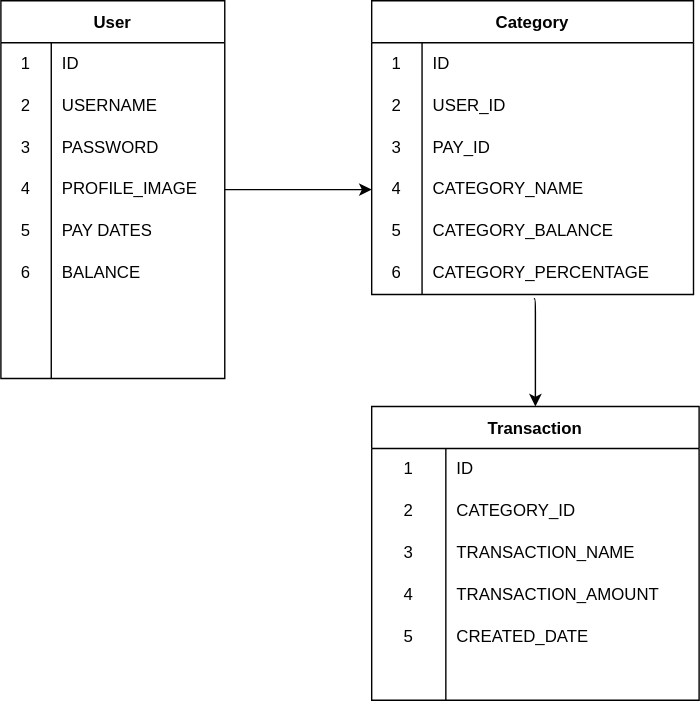
The draw.io diagram db_layout.drawio.svg in ChristensenJoe/budgetly-backend, before a commit. Source tidied: cells renumbered, new cells last; positions are measured from the earlier drawing's top-left corner, leaving out a move shared by most shapes.
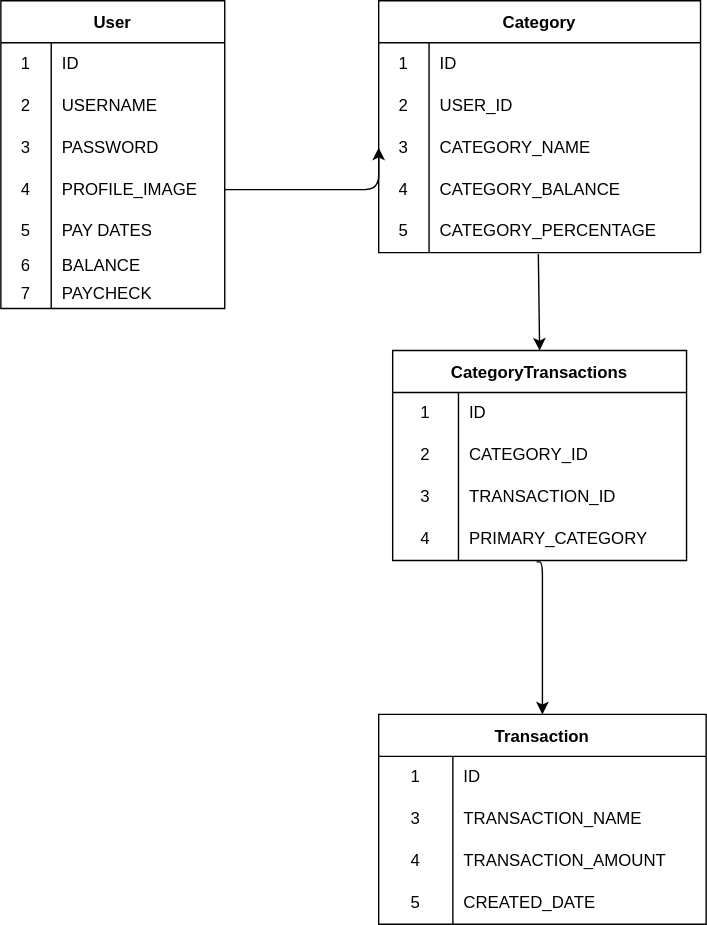
The same file after the commit.

What changed in the source:
```diff
@@ -3,7 +3,7 @@
     <mxCell id="0" />
     <mxCell id="1" parent="0" />
     <mxCell id="2" value="User" style="shape=table;startSize=30;rowLines=0;fontStyle=1;align=center;" parent="1" vertex="1">
-      <mxGeometry width="160" height="270" as="geometry" />
+      <mxGeometry x="-215" y="-130" width="160" height="220" as="geometry" />
     </mxCell>
     <mxCell id="3" style="shape=partialRectangle;html=1;whiteSpace=wrap;fillColor=none;top=0;left=0;bottom=1;right=0;strokeColor=none;" parent="2" vertex="1">
       <mxGeometry y="30" width="160" height="30" as="geometry" />
@@ -51,34 +51,25 @@
       <mxGeometry x="36" width="124" height="30" as="geometry" />
     </mxCell>
     <mxCell id="18" style="shape=partialRectangle;html=1;whiteSpace=wrap;fillColor=none;top=0;left=0;bottom=0;right=0;" parent="2" vertex="1">
-      <mxGeometry y="180" width="160" height="30" as="geometry" />
+      <mxGeometry y="180" width="160" height="20" as="geometry" />
     </mxCell>
     <mxCell id="19" value="6" style="shape=partialRectangle;html=1;whiteSpace=wrap;fillColor=none;top=0;left=0;bottom=0;right=0;overflow=hidden;" parent="18" vertex="1">
-      <mxGeometry width="36" height="30" as="geometry" />
+      <mxGeometry width="36" height="20" as="geometry" />
     </mxCell>
     <mxCell id="20" value="BALANCE" style="shape=partialRectangle;html=1;whiteSpace=wrap;fillColor=none;top=0;left=0;bottom=0;right=0;align=left;spacingLeft=6;overflow=hidden;" parent="18" vertex="1">
-      <mxGeometry x="36" width="124" height="30" as="geometry" />
+      <mxGeometry x="36" width="124" height="20" as="geometry" />
     </mxCell>
-    <mxCell id="21" style="shape=partialRectangle;html=1;whiteSpace=wrap;fillColor=none;top=0;left=0;bottom=0;right=0;" parent="2" vertex="1">
-      <mxGeometry y="210" width="160" height="30" as="geometry" />
-    </mxCell>
-    <mxCell id="22" style="shape=partialRectangle;html=1;whiteSpace=wrap;fillColor=none;top=0;left=0;bottom=0;right=0;overflow=hidden;" parent="21" vertex="1">
-      <mxGeometry width="36" height="30" as="geometry" />
-    </mxCell>
-    <mxCell id="23" style="shape=partialRectangle;html=1;whiteSpace=wrap;fillColor=none;top=0;left=0;bottom=0;right=0;align=left;spacingLeft=6;overflow=hidden;" parent="21" vertex="1">
-      <mxGeometry x="36" width="124" height="30" as="geometry" />
-    </mxCell>
-    <mxCell id="24" style="shape=partialRectangle;html=1;whiteSpace=wrap;fillColor=none;top=0;left=0;bottom=0;right=0;" parent="2" vertex="1">
-      <mxGeometry y="240" width="160" height="30" as="geometry" />
-    </mxCell>
-    <mxCell id="25" style="shape=partialRectangle;html=1;whiteSpace=wrap;fillColor=none;top=0;left=0;bottom=0;right=0;overflow=hidden;" parent="24" vertex="1">
-      <mxGeometry width="36" height="30" as="geometry" />
-    </mxCell>
-    <mxCell id="26" style="shape=partialRectangle;html=1;whiteSpace=wrap;fillColor=none;top=0;left=0;bottom=0;right=0;align=left;spacingLeft=6;overflow=hidden;" parent="24" vertex="1">
-      <mxGeometry x="36" width="124" height="30" as="geometry" />
-    </mxCell>
+    <mxCell id="67" style="shape=partialRectangle;html=1;whiteSpace=wrap;fillColor=none;top=0;left=0;bottom=0;right=0;" parent="2" vertex="1">
+      <mxGeometry y="200" width="160" height="20" as="geometry" />
+    </mxCell>
+    <mxCell id="68" value="7" style="shape=partialRectangle;html=1;whiteSpace=wrap;fillColor=none;top=0;left=0;bottom=0;right=0;overflow=hidden;" parent="67" vertex="1">
+      <mxGeometry width="36" height="20" as="geometry" />
+    </mxCell>
+    <mxCell id="69" value="PAYCHECK" style="shape=partialRectangle;html=1;whiteSpace=wrap;fillColor=none;top=0;left=0;bottom=0;right=0;align=left;spacingLeft=6;overflow=hidden;" parent="67" vertex="1">
+      <mxGeometry x="36" width="124" height="20" as="geometry" />
+    </mxCell>
     <mxCell id="27" value="Category" style="shape=table;startSize=30;rowLines=0;fontStyle=1;align=center;" parent="1" vertex="1">
-      <mxGeometry x="265" width="230" height="210" as="geometry" />
+      <mxGeometry x="55" y="-130" width="230" height="180" as="geometry" />
     </mxCell>
     <mxCell id="28" style="shape=partialRectangle;html=1;whiteSpace=wrap;fillColor=none;top=0;left=0;bottom=1;right=0;strokeColor=none;" parent="27" vertex="1">
       <mxGeometry y="30" width="230" height="30" as="geometry" />
@@ -98,44 +89,35 @@
     <mxCell id="33" value="USER_ID" style="shape=partialRectangle;html=1;whiteSpace=wrap;fillColor=none;top=0;left=0;bottom=0;right=0;align=left;spacingLeft=6;overflow=hidden;" parent="31" vertex="1">
       <mxGeometry x="36" width="194" height="30" as="geometry" />
     </mxCell>
-    <mxCell id="34" style="shape=partialRectangle;html=1;whiteSpace=wrap;fillColor=none;top=0;left=0;bottom=0;right=0;" parent="27" vertex="1">
-      <mxGeometry y="90" width="230" height="30" as="geometry" />
-    </mxCell>
-    <mxCell id="35" value="3" style="shape=partialRectangle;html=1;whiteSpace=wrap;fillColor=none;top=0;left=0;bottom=0;right=0;overflow=hidden;" parent="34" vertex="1">
-      <mxGeometry width="36" height="30" as="geometry" />
-    </mxCell>
-    <mxCell id="36" value="PAY_ID" style="shape=partialRectangle;html=1;whiteSpace=wrap;fillColor=none;top=0;left=0;bottom=0;right=0;align=left;spacingLeft=6;overflow=hidden;" parent="34" vertex="1">
-      <mxGeometry x="36" width="194" height="30" as="geometry" />
-    </mxCell>
     <mxCell id="37" style="shape=partialRectangle;html=1;whiteSpace=wrap;fillColor=none;top=0;left=0;bottom=0;right=0;points=[[0,0.5],[1,0.5]];portConstraint=eastwest;" parent="27" vertex="1">
-      <mxGeometry y="120" width="230" height="30" as="geometry" />
+      <mxGeometry y="90" width="230" height="30" as="geometry" />
     </mxCell>
-    <mxCell id="38" value="4" style="shape=partialRectangle;html=1;whiteSpace=wrap;fillColor=none;top=0;left=0;bottom=0;right=0;overflow=hidden;" parent="37" vertex="1">
+    <mxCell id="38" value="3" style="shape=partialRectangle;html=1;whiteSpace=wrap;fillColor=none;top=0;left=0;bottom=0;right=0;overflow=hidden;" parent="37" vertex="1">
       <mxGeometry width="36" height="30" as="geometry" />
     </mxCell>
     <mxCell id="39" value="CATEGORY_NAME" style="shape=partialRectangle;html=1;whiteSpace=wrap;fillColor=none;top=0;left=0;bottom=0;right=0;align=left;spacingLeft=6;overflow=hidden;" parent="37" vertex="1">
       <mxGeometry x="36" width="194" height="30" as="geometry" />
     </mxCell>
     <mxCell id="40" style="shape=partialRectangle;html=1;whiteSpace=wrap;fillColor=none;top=0;left=0;bottom=0;right=0;" parent="27" vertex="1">
-      <mxGeometry y="150" width="230" height="30" as="geometry" />
+      <mxGeometry y="120" width="230" height="30" as="geometry" />
     </mxCell>
-    <mxCell id="41" value="5" style="shape=partialRectangle;html=1;whiteSpace=wrap;fillColor=none;top=0;left=0;bottom=0;right=0;overflow=hidden;" parent="40" vertex="1">
+    <mxCell id="41" value="4" style="shape=partialRectangle;html=1;whiteSpace=wrap;fillColor=none;top=0;left=0;bottom=0;right=0;overflow=hidden;" parent="40" vertex="1">
       <mxGeometry width="36" height="30" as="geometry" />
     </mxCell>
     <mxCell id="42" value="CATEGORY_BALANCE" style="shape=partialRectangle;html=1;whiteSpace=wrap;fillColor=none;top=0;left=0;bottom=0;right=0;align=left;spacingLeft=6;overflow=hidden;" parent="40" vertex="1">
       <mxGeometry x="36" width="194" height="30" as="geometry" />
     </mxCell>
     <mxCell id="43" style="shape=partialRectangle;html=1;whiteSpace=wrap;fillColor=none;top=0;left=0;bottom=0;right=0;points=[[0,0.5],[1,0.5]];portConstraint=eastwest;" parent="27" vertex="1">
-      <mxGeometry y="180" width="230" height="30" as="geometry" />
+      <mxGeometry y="150" width="230" height="30" as="geometry" />
     </mxCell>
-    <mxCell id="44" value="6" style="shape=partialRectangle;html=1;whiteSpace=wrap;fillColor=none;top=0;left=0;bottom=0;right=0;overflow=hidden;" parent="43" vertex="1">
+    <mxCell id="44" value="5" style="shape=partialRectangle;html=1;whiteSpace=wrap;fillColor=none;top=0;left=0;bottom=0;right=0;overflow=hidden;" parent="43" vertex="1">
       <mxGeometry width="36" height="30" as="geometry" />
     </mxCell>
     <mxCell id="45" value="CATEGORY_PERCENTAGE" style="shape=partialRectangle;html=1;whiteSpace=wrap;fillColor=none;top=0;left=0;bottom=0;right=0;align=left;spacingLeft=6;overflow=hidden;" parent="43" vertex="1">
       <mxGeometry x="36" width="194" height="30" as="geometry" />
     </mxCell>
     <mxCell id="46" value="Transaction" style="shape=table;startSize=30;rowLines=0;fontStyle=1;align=center;" parent="1" vertex="1">
-      <mxGeometry x="265" y="290" width="234" height="210" as="geometry" />
+      <mxGeometry x="55" y="380" width="234" height="150" as="geometry" />
     </mxCell>
     <mxCell id="47" style="shape=partialRectangle;html=1;whiteSpace=wrap;fillColor=none;top=0;left=0;bottom=1;right=0;strokeColor=none;" parent="46" vertex="1">
       <mxGeometry y="30" width="234" height="30" as="geometry" />
@@ -146,17 +128,8 @@
     <mxCell id="49" value="ID" style="shape=partialRectangle;html=1;whiteSpace=wrap;fillColor=none;top=0;left=0;bottom=0;right=0;align=left;spacingLeft=6;overflow=hidden;" parent="47" vertex="1">
       <mxGeometry x="53" width="181" height="30" as="geometry" />
     </mxCell>
-    <mxCell id="50" style="shape=partialRectangle;html=1;whiteSpace=wrap;fillColor=none;top=0;left=0;bottom=0;right=0;" parent="46" vertex="1">
-      <mxGeometry y="60" width="234" height="30" as="geometry" />
-    </mxCell>
-    <mxCell id="51" value="2" style="shape=partialRectangle;html=1;whiteSpace=wrap;fillColor=none;top=0;left=0;bottom=0;right=0;overflow=hidden;" parent="50" vertex="1">
-      <mxGeometry width="53" height="30" as="geometry" />
-    </mxCell>
-    <mxCell id="52" value="CATEGORY_ID" style="shape=partialRectangle;html=1;whiteSpace=wrap;fillColor=none;top=0;left=0;bottom=0;right=0;align=left;spacingLeft=6;overflow=hidden;" parent="50" vertex="1">
-      <mxGeometry x="53" width="181" height="30" as="geometry" />
-    </mxCell>
     <mxCell id="53" style="shape=partialRectangle;html=1;whiteSpace=wrap;fillColor=none;top=0;left=0;bottom=0;right=0;" parent="46" vertex="1">
-      <mxGeometry y="90" width="234" height="30" as="geometry" />
+      <mxGeometry y="60" width="234" height="30" as="geometry" />
     </mxCell>
     <mxCell id="54" value="3" style="shape=partialRectangle;html=1;whiteSpace=wrap;fillColor=none;top=0;left=0;bottom=0;right=0;overflow=hidden;" parent="53" vertex="1">
       <mxGeometry width="53" height="30" as="geometry" />
@@ -165,7 +138,7 @@
       <mxGeometry x="53" width="181" height="30" as="geometry" />
     </mxCell>
     <mxCell id="56" style="shape=partialRectangle;html=1;whiteSpace=wrap;fillColor=none;top=0;left=0;bottom=0;right=0;" parent="46" vertex="1">
-      <mxGeometry y="120" width="234" height="30" as="geometry" />
+      <mxGeometry y="90" width="234" height="30" as="geometry" />
     </mxCell>
     <mxCell id="57" value="4" style="shape=partialRectangle;html=1;whiteSpace=wrap;fillColor=none;top=0;left=0;bottom=0;right=0;overflow=hidden;" parent="56" vertex="1">
       <mxGeometry width="53" height="30" as="geometry" />
@@ -174,7 +147,7 @@
       <mxGeometry x="53" width="181" height="30" as="geometry" />
     </mxCell>
     <mxCell id="59" style="shape=partialRectangle;html=1;whiteSpace=wrap;fillColor=none;top=0;left=0;bottom=0;right=0;" parent="46" vertex="1">
-      <mxGeometry y="150" width="234" height="30" as="geometry" />
+      <mxGeometry y="120" width="234" height="30" as="geometry" />
     </mxCell>
     <mxCell id="60" value="5" style="shape=partialRectangle;html=1;whiteSpace=wrap;fillColor=none;top=0;left=0;bottom=0;right=0;overflow=hidden;" parent="59" vertex="1">
       <mxGeometry width="53" height="30" as="geometry" />
@@ -182,20 +155,53 @@
     <mxCell id="61" value="CREATED_DATE" style="shape=partialRectangle;html=1;whiteSpace=wrap;fillColor=none;top=0;left=0;bottom=0;right=0;align=left;spacingLeft=6;overflow=hidden;" parent="59" vertex="1">
       <mxGeometry x="53" width="181" height="30" as="geometry" />
     </mxCell>
-    <mxCell id="62" style="shape=partialRectangle;html=1;whiteSpace=wrap;fillColor=none;top=0;left=0;bottom=0;right=0;" parent="46" vertex="1">
-      <mxGeometry y="180" width="234" height="30" as="geometry" />
-    </mxCell>
-    <mxCell id="63" style="shape=partialRectangle;html=1;whiteSpace=wrap;fillColor=none;top=0;left=0;bottom=0;right=0;overflow=hidden;" parent="62" vertex="1">
-      <mxGeometry width="53" height="30" as="geometry" />
-    </mxCell>
-    <mxCell id="64" style="shape=partialRectangle;html=1;whiteSpace=wrap;fillColor=none;top=0;left=0;bottom=0;right=0;align=left;spacingLeft=6;overflow=hidden;" parent="62" vertex="1">
-      <mxGeometry x="53" width="181" height="30" as="geometry" />
-    </mxCell>
-    <mxCell id="65" style="edgeStyle=segmentEdgeStyle;endArrow=classic;html=1;entryX=0.5;entryY=0;entryDx=0;entryDy=0;exitX=0.504;exitY=1.1;exitDx=0;exitDy=0;exitPerimeter=0;" parent="1" edge="1" source="43" target="46">
-      <mxGeometry relative="1" as="geometry" />
-    </mxCell>
     <mxCell id="66" style="edgeStyle=segmentEdgeStyle;endArrow=classic;html=1;exitX=1;exitY=0.5;exitDx=0;exitDy=0;entryX=0;entryY=0.5;entryDx=0;entryDy=0;" parent="1" edge="1" source="12" target="37">
       <mxGeometry relative="1" as="geometry" />
     </mxCell>
+    <mxCell id="70" value="CategoryTransactions" style="shape=table;startSize=30;rowLines=0;fontStyle=1;align=center;" parent="1" vertex="1">
+      <mxGeometry x="65" y="120" width="210" height="150" as="geometry" />
+    </mxCell>
+    <mxCell id="71" style="shape=partialRectangle;html=1;whiteSpace=wrap;fillColor=none;top=0;left=0;bottom=1;right=0;strokeColor=none;" parent="70" vertex="1">
+      <mxGeometry y="30" width="210" height="30" as="geometry" />
+    </mxCell>
+    <mxCell id="72" value="1" style="shape=partialRectangle;html=1;whiteSpace=wrap;fillColor=none;top=0;left=0;bottom=0;right=0;overflow=hidden;" parent="71" vertex="1">
+      <mxGeometry width="47" height="30" as="geometry" />
+    </mxCell>
+    <mxCell id="73" value="ID" style="shape=partialRectangle;html=1;whiteSpace=wrap;fillColor=none;top=0;left=0;bottom=0;right=0;align=left;spacingLeft=6;overflow=hidden;" parent="71" vertex="1">
+      <mxGeometry x="47" width="163" height="30" as="geometry" />
+    </mxCell>
+    <mxCell id="74" style="shape=partialRectangle;html=1;whiteSpace=wrap;fillColor=none;top=0;left=0;bottom=0;right=0;" parent="70" vertex="1">
+      <mxGeometry y="60" width="210" height="30" as="geometry" />
+    </mxCell>
+    <mxCell id="51" value="2" style="shape=partialRectangle;html=1;whiteSpace=wrap;fillColor=none;top=0;left=0;bottom=0;right=0;overflow=hidden;" parent="74" vertex="1">
+      <mxGeometry width="47" height="30" as="geometry" />
+    </mxCell>
+    <mxCell id="52" value="CATEGORY_ID" style="shape=partialRectangle;html=1;whiteSpace=wrap;fillColor=none;top=0;left=0;bottom=0;right=0;align=left;spacingLeft=6;overflow=hidden;" parent="74" vertex="1">
+      <mxGeometry x="47" width="163" height="30" as="geometry" />
+    </mxCell>
+    <mxCell id="75" style="shape=partialRectangle;html=1;whiteSpace=wrap;fillColor=none;top=0;left=0;bottom=0;right=0;" parent="70" vertex="1">
+      <mxGeometry y="90" width="210" height="30" as="geometry" />
+    </mxCell>
+    <mxCell id="35" value="3" style="shape=partialRectangle;html=1;whiteSpace=wrap;fillColor=none;top=0;left=0;bottom=0;right=0;overflow=hidden;" parent="75" vertex="1">
+      <mxGeometry width="47" height="30" as="geometry" />
+    </mxCell>
+    <mxCell id="76" value="TRANSACTION_ID" style="shape=partialRectangle;html=1;whiteSpace=wrap;fillColor=none;top=0;left=0;bottom=0;right=0;align=left;spacingLeft=6;overflow=hidden;" parent="75" vertex="1">
+      <mxGeometry x="47" width="163" height="30" as="geometry" />
+    </mxCell>
+    <mxCell id="77" style="shape=partialRectangle;html=1;whiteSpace=wrap;fillColor=none;top=0;left=0;bottom=0;right=0;points=[[0,0.5],[1,0.5]];portConstraint=eastwest;" parent="70" vertex="1">
+      <mxGeometry y="120" width="210" height="30" as="geometry" />
+    </mxCell>
+    <mxCell id="78" value="4" style="shape=partialRectangle;html=1;whiteSpace=wrap;fillColor=none;top=0;left=0;bottom=0;right=0;overflow=hidden;" parent="77" vertex="1">
+      <mxGeometry width="47" height="30" as="geometry" />
+    </mxCell>
+    <mxCell id="79" value="PRIMARY_CATEGORY" style="shape=partialRectangle;html=1;whiteSpace=wrap;fillColor=none;top=0;left=0;bottom=0;right=0;align=left;spacingLeft=6;overflow=hidden;" parent="77" vertex="1">
+      <mxGeometry x="47" width="163" height="30" as="geometry" />
+    </mxCell>
+    <mxCell id="80" style="edgeStyle=segmentEdgeStyle;endArrow=classic;html=1;exitX=0.496;exitY=1.033;exitDx=0;exitDy=0;entryX=0.5;entryY=0;entryDx=0;entryDy=0;exitPerimeter=0;" parent="1" edge="1" source="43" target="70">
+      <mxGeometry relative="1" as="geometry" />
+    </mxCell>
+    <mxCell id="81" style="edgeStyle=segmentEdgeStyle;endArrow=classic;html=1;exitX=0.49;exitY=1.033;exitDx=0;exitDy=0;entryX=0.5;entryY=0;entryDx=0;entryDy=0;exitPerimeter=0;" parent="1" edge="1" source="77" target="46">
+      <mxGeometry relative="1" as="geometry" />
+    </mxCell>
   </root>
 </mxGraphModel>
```
